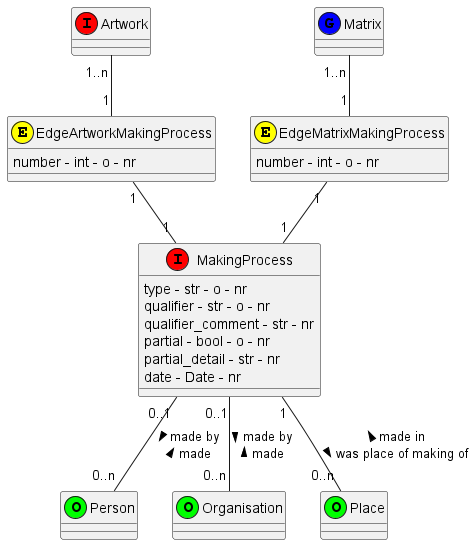
The PlantUML diagram documentation/class_diagrams/MakingProcess.png in tmasch/bpf_be, before a commit.
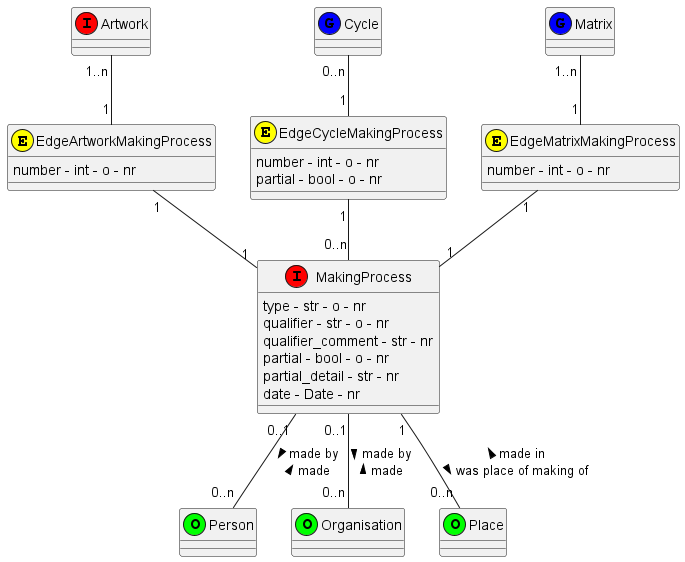
Above is the later version.

What changed in the source:
```diff
@@ -15,10 +15,18 @@
 
 class Artwork <<(I,red)>>
 
+class Cycle <<(G,blue)>>
+
 class Matrix <<(G,blue)>>
 
 class EdgeArtworkMakingProcess <<(E,yellow)>>
 EdgeArtworkMakingProcess : number - int - o - nr
+
+class EdgeCycleMakingProcess  <<(E,yellow)>>
+EdgeCycleMakingProcess : number - int - o - nr
+EdgeCycleMakingProcess : partial - bool - o - nr
+
+
 
 class EdgeMatrixMakingProcess <<(E,yellow)>>
 EdgeMatrixMakingProcess : number - int - o - nr
@@ -30,6 +38,10 @@
 Artwork "1..n" -- "1" EdgeArtworkMakingProcess
 EdgeArtworkMakingProcess "1" -- "1" MakingProcess
 
+Cycle "0..n" -- "1" EdgeCycleMakingProcess
+EdgeCycleMakingProcess "1" -- "0..n" MakingProcess
+
+
 MakingProcess "0..1" -- "0..n" Person : > made by \n  made <
 
 MakingProcess "0..1" -- "0..n" Organisation : > made by \n  made <
```
